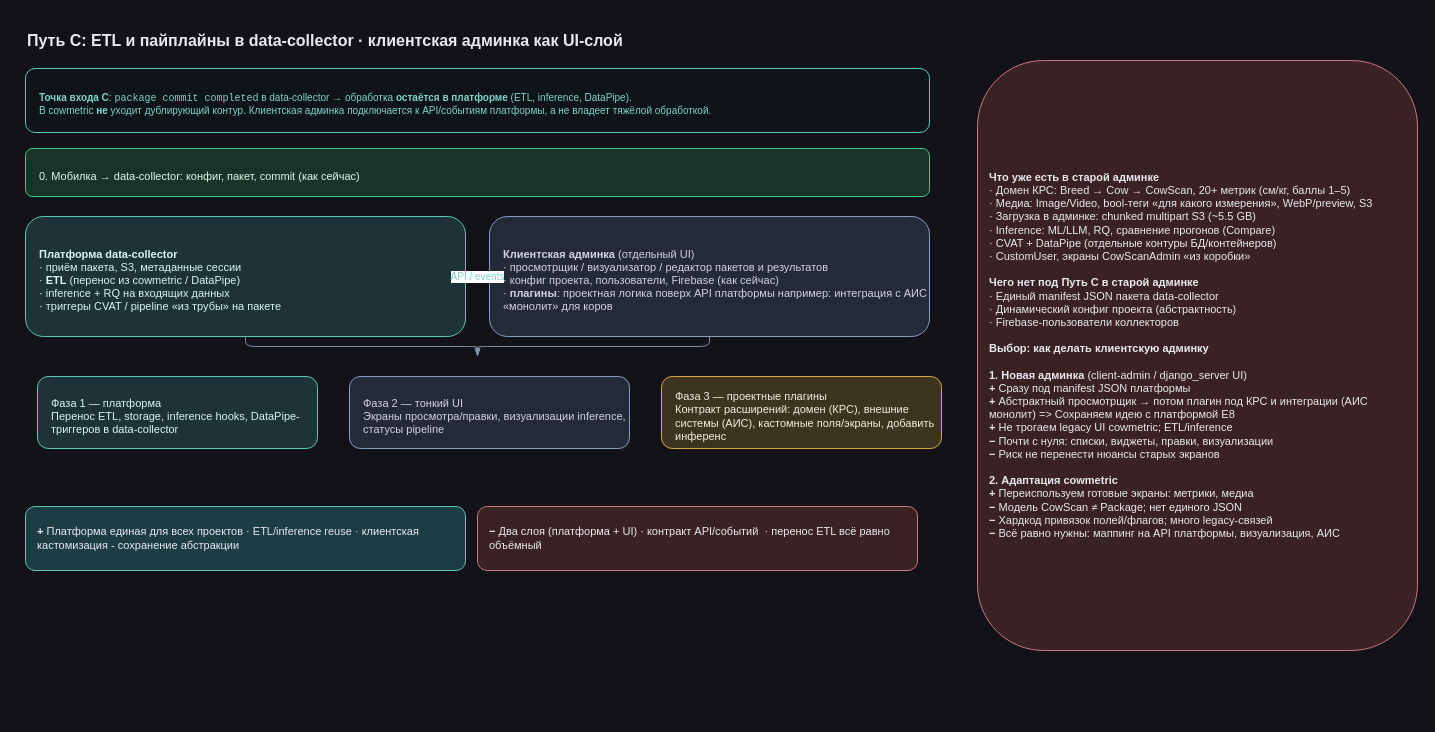
This is page "Путь C — гибрид" (5 of 6) of specs/main-scheme/06-admin-cowmetric-vs-django.drawio from epoch8/data-collector, a draw.io file, before an edit. Source tidied: cells renumbered, new cells numbered last; positions are measured from the earlier drawing's top-left corner, leaving out a move shared by most shapes. Both pictures are drawn from the tidied source at 100%, with x=0, y=0 at pixel (25, 24).
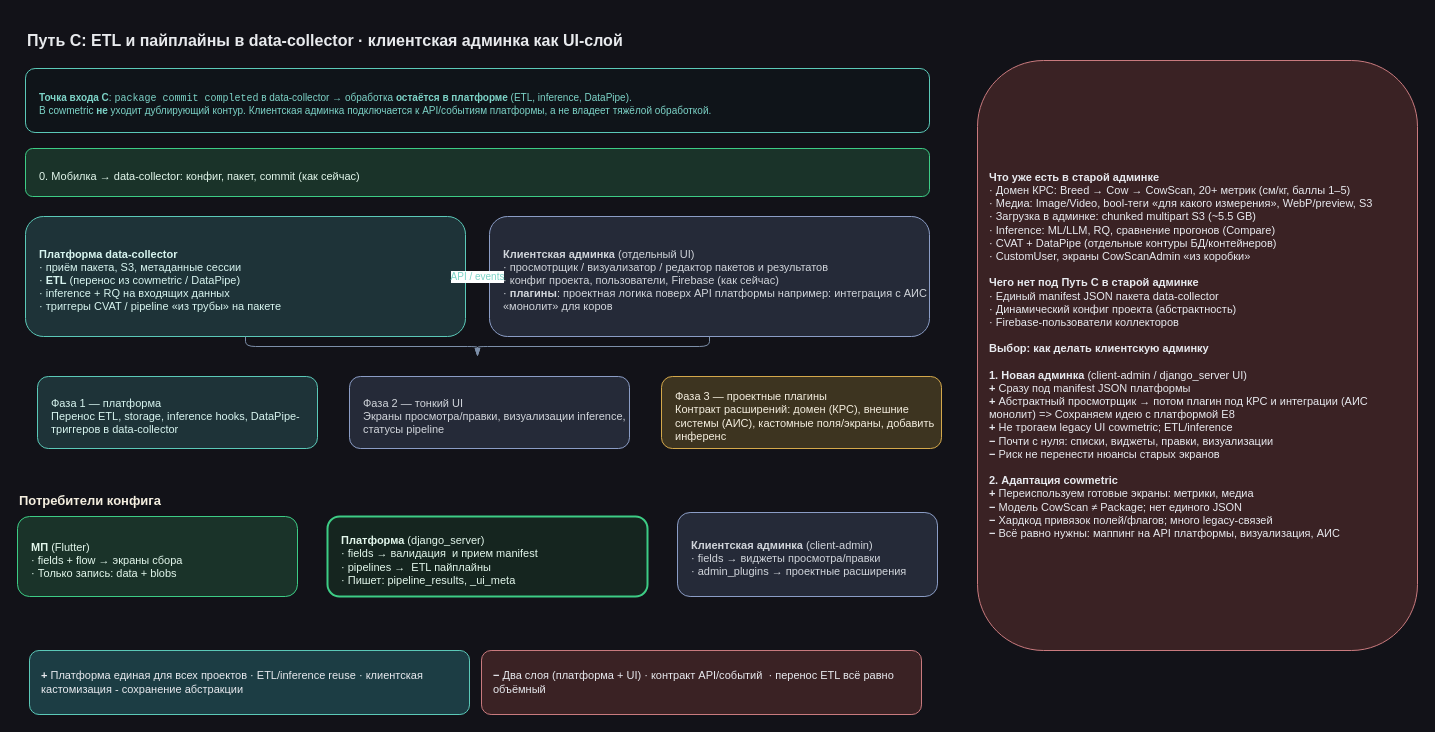
The same diagram, later.

Diff of the diagram source:
```diff
@@
     <mxCell id="10" value="&lt;b&gt;+&lt;/b&gt; Платформа единая для всех проектов · ETL/inference reuse · клиентская кастомизация - сохранение абстракции" style="rounded=1;whiteSpace=wrap;html=1;align=left;spacingLeft=10;fillColor=#1c3d44;strokeColor=#5BC9B8;fontColor=#e8eaef;fontSize=11;" parent="1" vertex="1">
-      <mxGeometry y="482" width="440" height="64" as="geometry" />
+      <mxGeometry x="4" y="626" width="440" height="64" as="geometry" />
     </mxCell>
     <mxCell id="11" value="&lt;b&gt;−&lt;/b&gt; Два слоя (платформа + UI) · контракт API/событий&amp;nbsp; · перенос ETL всё равно объёмный" style="rounded=1;whiteSpace=wrap;html=1;align=left;spacingLeft=10;fillColor=#3a2224;strokeColor=#c97a7e;fontColor=#e8eaef;fontSize=11;" parent="1" vertex="1">
-      <mxGeometry x="452" y="482" width="440" height="64" as="geometry" />
+      <mxGeometry x="456" y="626" width="440" height="64" as="geometry" />
     </mxCell>
@@
+    <mxCell id="20" value="&lt;b&gt;Потребители конфига&lt;/b&gt;" style="text;html=1;strokeColor=none;fillColor=none;align=left;fontSize=13;fontStyle=1;fontColor=#F5EFE0;" parent="1" vertex="1">
+      <mxGeometry x="-8" y="462" width="300" height="22" as="geometry" />
+    </mxCell>
+    <mxCell id="21" value="&lt;b&gt;МП&lt;/b&gt; (Flutter)&lt;br&gt;· fields + flow → экраны сбора&lt;br&gt;· Только запись: data + blobs" style="rounded=1;whiteSpace=wrap;html=1;align=left;spacingLeft=12;spacingTop=8;fillColor=#1a3329;strokeColor=#3DCC85;fontColor=#E3F7EC;fontSize=11;" parent="1" vertex="1">
+      <mxGeometry x="-8" y="492" width="280" height="80" as="geometry" />
+    </mxCell>
+    <mxCell id="22" value="&lt;b&gt;Платформа&lt;/b&gt; (django_server)&lt;br&gt;· fields → валидация&amp;nbsp; и прием manifest&lt;br&gt;· pipelines →&amp;nbsp; ETL пайплайны&lt;br&gt;· Пишет: pipeline_results, _ui_meta" style="rounded=1;whiteSpace=wrap;html=1;align=left;spacingLeft=12;spacingTop=8;fillColor=#15251f;strokeColor=#3DCC85;fontColor=#E3F7EC;fontSize=11;strokeWidth=2;" parent="1" vertex="1">
+      <mxGeometry x="302" y="492" width="320" height="80" as="geometry" />
+    </mxCell>
+    <mxCell id="23" value="&lt;b&gt;Клиентская админка&lt;/b&gt; (client-admin)&lt;br&gt;· fields → виджеты просмотра/правки&lt;br&gt;· admin_plugins → проектные расширения" style="rounded=1;whiteSpace=wrap;html=1;align=left;spacingLeft=12;spacingTop=8;fillColor=#252a38;strokeColor=#8B9DC6;fontColor=#D1D5DB;fontSize=11;" parent="1" vertex="1">
+      <mxGeometry x="652" y="488" width="260" height="84" as="geometry" />
+    </mxCell>
```
